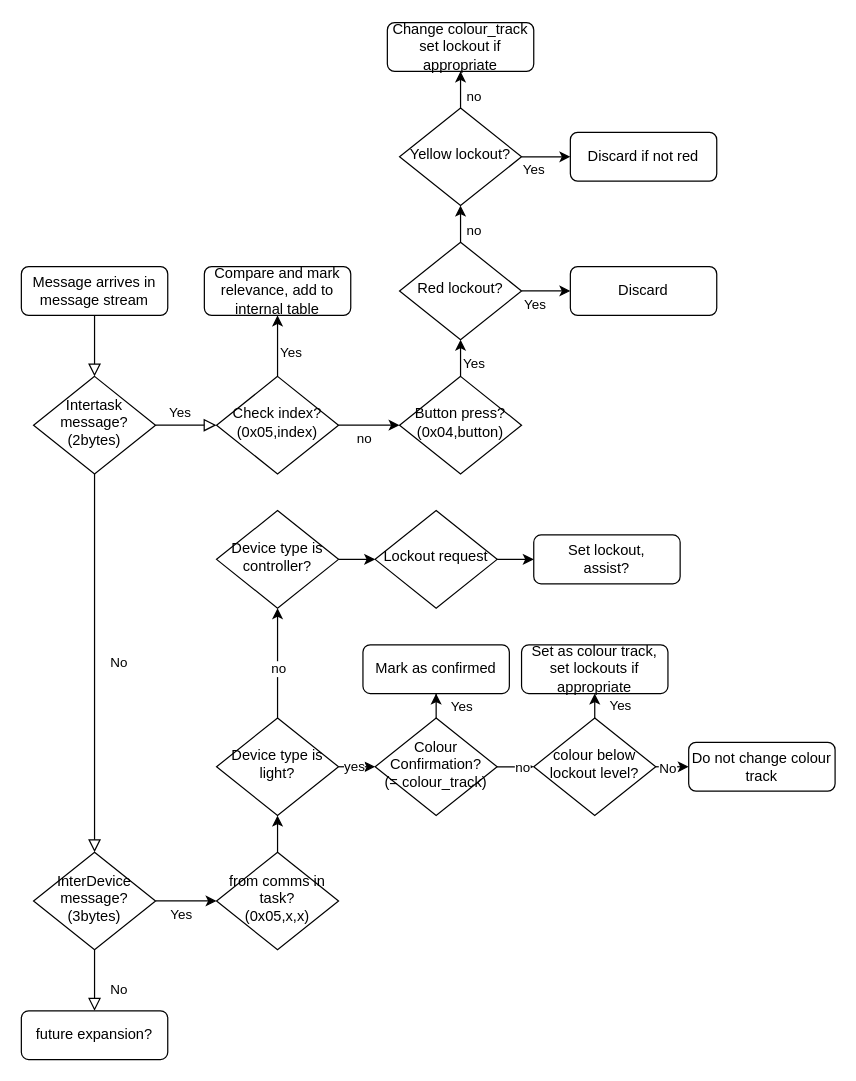
This is Software/MVP/WBM/DS light controller message processing flow chart.drawio from lcq309/ENEL400, a draw.io file, before an edit. Source tidied: cells renumbered, new cells numbered last; positions are measured from the earlier drawing's top-left corner, leaving out a move shared by most shapes. Both pictures are drawn from the tidied source at 122%, with x=0, y=0 at pixel (21, 22).
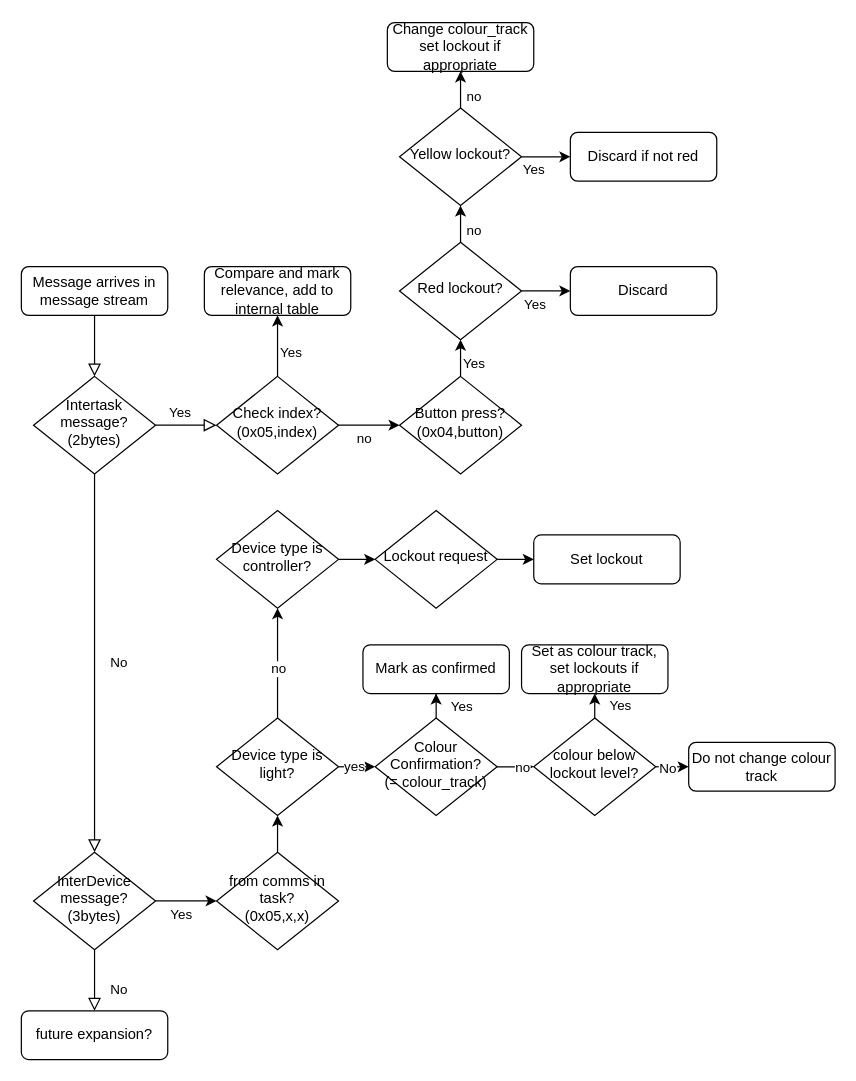
The same diagram, later.

Commit message (it also covers changes not shown here):
Rework concepts continued

I continued working with the rework concepts so that we will be ready to begin implementing them after finals

Diff of the diagram source:
```diff
@@
-    <mxCell id="55" value="Set lockout,&lt;div&gt;assist?&lt;/div&gt;" style="rounded=1;whiteSpace=wrap;html=1;fontSize=12;glass=0;strokeWidth=1;shadow=0;" parent="1" vertex="1">
+    <mxCell id="55" value="Set lockout" style="rounded=1;whiteSpace=wrap;html=1;fontSize=12;glass=0;strokeWidth=1;shadow=0;" parent="1" vertex="1">
       <mxGeometry x="420" y="420" width="120" height="40" as="geometry" />
     </mxCell>
```
